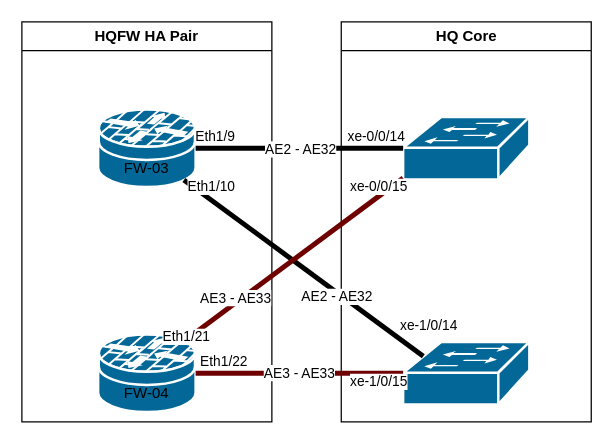
Earlier version of the draw.io diagram page "Physical" (1 of 2) of VOIP_PBX.drawio (adamrt918/Diagram). Source tidied: cells renumbered, new cells numbered last; positions are measured from the earlier drawing's top-left corner, leaving out a move shared by most shapes. Both pictures are drawn from the tidied source at 125%, with x=0, y=0 at pixel (21, 21).
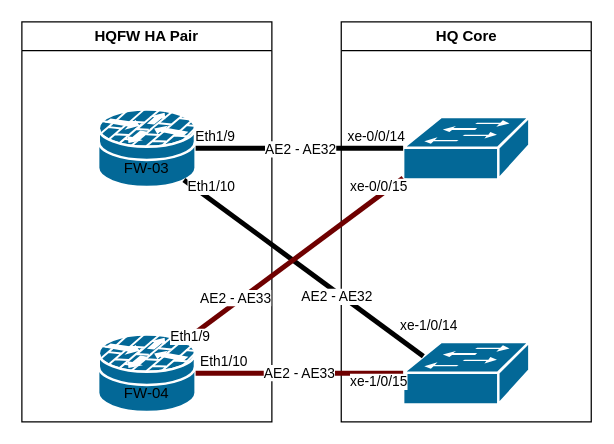
After the change.

The change refers to these unchanged cells:
```xml
<mxCell id="18" style="endArrow=none;html=1;rounded=0;strokeWidth=4;endFill=0;entryX=0.88;entryY=0.09;entryDx=0;entryDy=0;entryPerimeter=0;exitX=0;exitY=0.98;exitDx=0;exitDy=0;exitPerimeter=0;strokeColor=light-dark(#6F0000,#FF3333);fillColor=#a20025;" parent="1" edge="1" source="6" target="5">
  <mxGeometry relative="1" as="geometry" />
</mxCell>
<mxCell id="22" style="endArrow=none;html=1;rounded=0;strokeWidth=4;endFill=0;entryX=1;entryY=0.5;entryDx=0;entryDy=0;exitX=0;exitY=0.5;exitDx=0;exitDy=0;exitPerimeter=0;strokeColor=light-dark(#6F0000,#FF3333);fillColor=#a20025;entryPerimeter=0;" parent="1" edge="1" source="7" target="5">
  <mxGeometry relative="1" as="geometry" />
</mxCell>
```

The edit, as a diff of the source:
```diff
@@
-    <mxCell id="19" value="AE3 - AE33" style="edgeLabel;html=1;align=center;verticalAlign=middle;" parent="18" vertex="1">
+    <mxCell id="19" value="AE2 - AE33" style="edgeLabel;html=1;align=center;verticalAlign=middle;" parent="18" vertex="1">
       <mxGeometry relative="1" as="geometry">
         <mxPoint x="-47" y="30" as="offset" />
       </mxGeometry>
     </mxCell>
@@
-    <mxCell id="21" value="Eth1/21" style="edgeLabel;html=1;align=right;verticalAlign=bottom;" parent="18" vertex="1">
+    <mxCell id="21" value="Eth1/9" style="edgeLabel;html=1;align=right;verticalAlign=bottom;" parent="18" vertex="1">
       <mxGeometry x="1" relative="1" as="geometry">
         <mxPoint x="22" y="4" as="offset" />
       </mxGeometry>
     </mxCell>
@@
-    <mxCell id="23" value="AE3 - AE33" style="edgeLabel;html=1;align=center;verticalAlign=middle;" parent="22" vertex="1">
+    <mxCell id="23" value="AE2 - AE33" style="edgeLabel;html=1;align=center;verticalAlign=middle;" parent="22" vertex="1">
       <mxGeometry relative="1" as="geometry">
         <mxPoint x="-1" y="-1" as="offset" />
       </mxGeometry>
     </mxCell>
@@
-    <mxCell id="25" value="Eth1/22" style="edgeLabel;html=1;align=right;verticalAlign=bottom;" parent="22" vertex="1">
+    <mxCell id="25" value="Eth1/10" style="edgeLabel;html=1;align=right;verticalAlign=bottom;" parent="22" vertex="1">
       <mxGeometry x="1" relative="1" as="geometry">
         <mxPoint x="42" y="-1" as="offset" />
       </mxGeometry>
     </mxCell>
```
